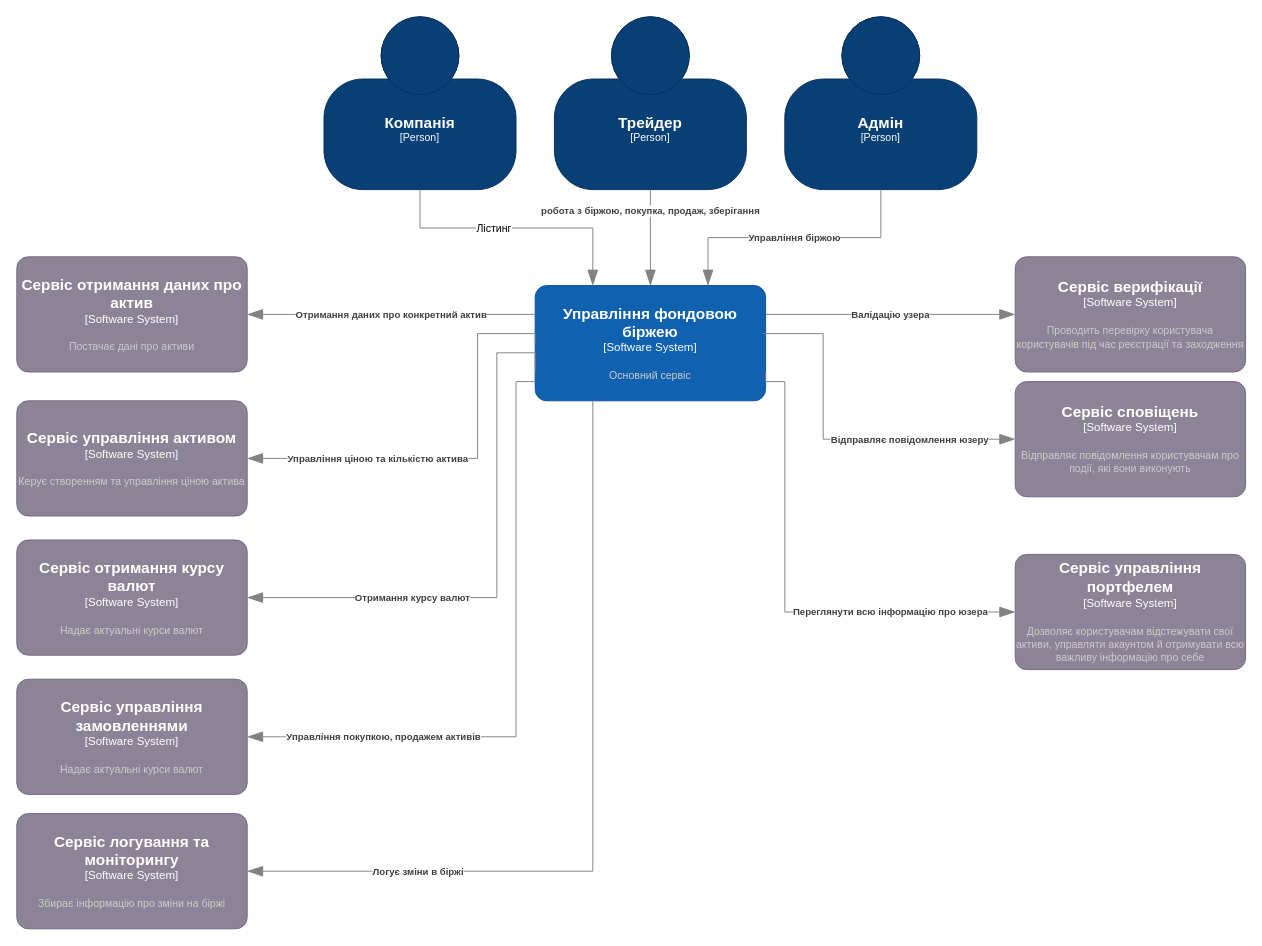
Above: context_stock_chart.drawio in GitHub-Cloud-PleskachSasha/auth-service (draw.io), before the change. Source tidied: cells renumbered, new cells numbered last; positions are measured from the earlier drawing's top-left corner, leaving out a move shared by most shapes. Both pictures are drawn from the tidied source at 96%, with x=0, y=0 at pixel (16, 16).
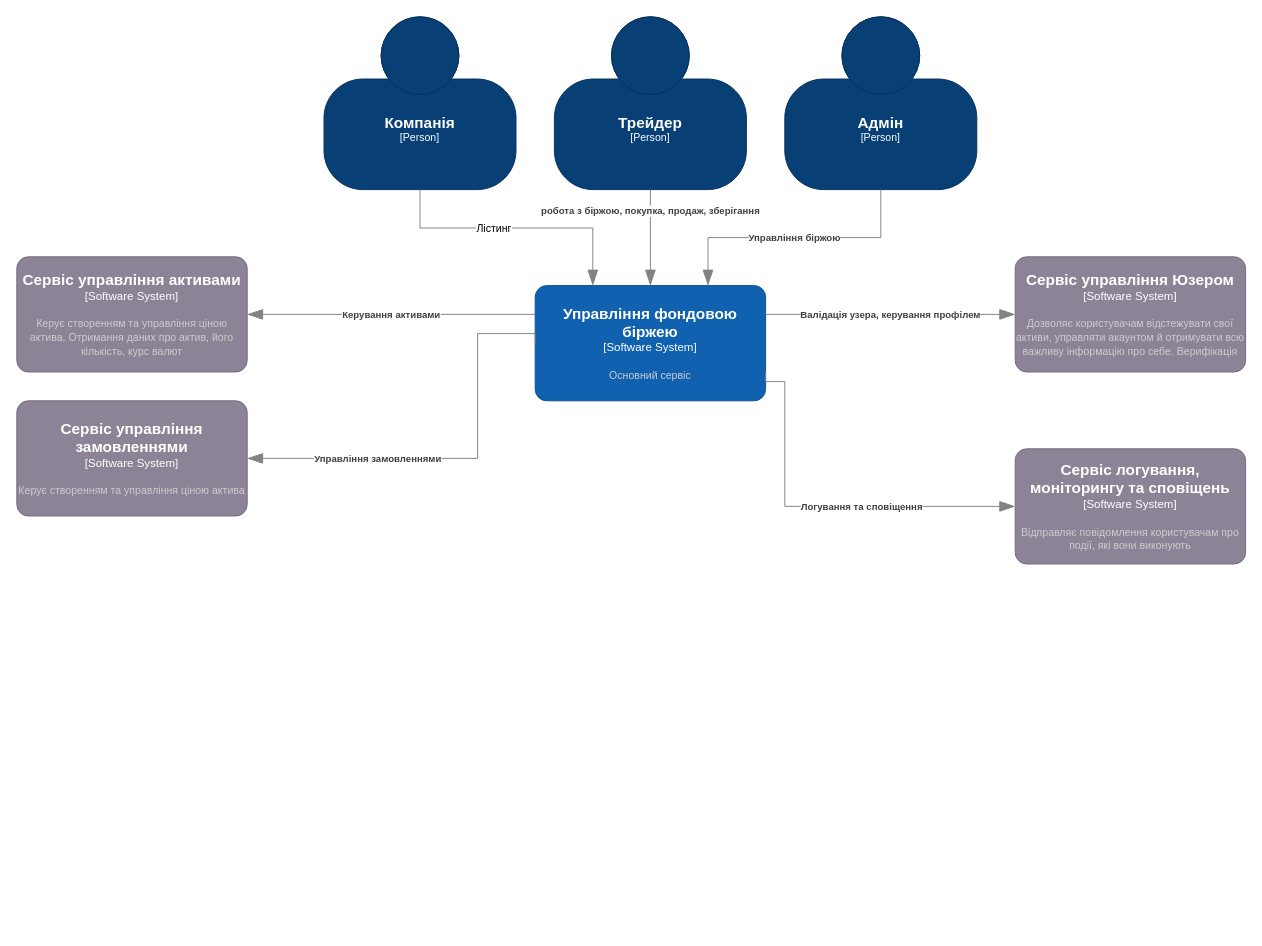
After the change.

The change refers to these unchanged cells:
```xml
<object id="5" label="&lt;font style=&quot;font-size: 16px&quot;&gt;&lt;b&gt;%c4Name%&lt;/b&gt;&lt;/font&gt;&lt;div&gt;[%c4Type%]&lt;/div&gt;&lt;br&gt;&lt;div&gt;&lt;font style=&quot;font-size: 11px&quot;&gt;&lt;font color=&quot;#cccccc&quot;&gt;%c4Description%&lt;/font&gt;&lt;/div&gt;" c4Description="Основний сервіс" c4Name="Управління фондовою біржею" c4Type="Software System" placeholders="1">
  <mxCell style="rounded=1;whiteSpace=wrap;html=1;labelBackgroundColor=none;fillColor=#1061B0;fontColor=#ffffff;align=center;arcSize=10;strokeColor=#0D5091;points=[[0.25,0,0],[0.5,0,0],[0.75,0,0],[1,0.25,0],[1,0.5,0],[1,0.75,0],[0.75,1,0],[0.5,1,0],[0.25,1,0],[0,0.75,0],[0,0.5,0],[0,0.25,0]];" parent="1" vertex="1">
    <mxGeometry x="540" y="280" width="240" height="120" as="geometry" />
  </mxCell>
</object>
```

What changed in the source:
```diff
@@
-    <object id="10" label="&lt;font style=&quot;font-size: 16px&quot;&gt;&lt;b&gt;%c4Name%&lt;/b&gt;&lt;/font&gt;&lt;div&gt;[%c4Type%]&lt;/div&gt;&lt;br&gt;&lt;div&gt;&lt;font style=&quot;font-size: 11px&quot;&gt;&lt;font color=&quot;#cccccc&quot;&gt;%c4Description%&lt;/font&gt;&lt;/div&gt;" c4Description="Постачає дані про активи" c4Name="Сервіс отримання даних про актив" c4Type="Software System" placeholders="1">
+    <object id="10" label="&lt;font style=&quot;font-size: 16px&quot;&gt;&lt;b&gt;%c4Name%&lt;/b&gt;&lt;/font&gt;&lt;div&gt;[%c4Type%]&lt;/div&gt;&lt;br&gt;&lt;div&gt;&lt;font style=&quot;font-size: 11px&quot;&gt;&lt;font color=&quot;#cccccc&quot;&gt;%c4Description%&lt;/font&gt;&lt;/div&gt;" c4Description="Керує створенням та управління ціною актива. Отримання даних про актив, його кількість, курс валют" c4Name="Сервіс управління активами" c4Type="Software System" placeholders="1">
       <mxCell style="rounded=1;whiteSpace=wrap;html=1;labelBackgroundColor=none;fillColor=#8C8496;fontColor=#ffffff;align=center;arcSize=10;strokeColor=#736782;points=[[0.25,0,0],[0.5,0,0],[0.75,0,0],[1,0.25,0],[1,0.5,0],[1,0.75,0],[0.75,1,0],[0.5,1,0],[0.25,1,0],[0,0.75,0],[0,0.5,0],[0,0.25,0]];" parent="1" vertex="1">
         <mxGeometry y="250" width="240" height="120" as="geometry" />
       </mxCell>
     </object>
-    <object id="11" label="&lt;font style=&quot;font-size: 16px&quot;&gt;&lt;b&gt;%c4Name%&lt;/b&gt;&lt;/font&gt;&lt;div&gt;[%c4Type%]&lt;/div&gt;&lt;br&gt;&lt;div&gt;&lt;font style=&quot;font-size: 11px&quot;&gt;&lt;font color=&quot;#cccccc&quot;&gt;%c4Description%&lt;/font&gt;&lt;/div&gt;" c4Description="Проводить перевірку користувача користувачів під час реєстрації та заходження " c4Name="Сервіс верифікації" c4Type="Software System" placeholders="1">
+    <object id="11" label="&lt;font style=&quot;font-size: 16px&quot;&gt;&lt;b&gt;%c4Name%&lt;/b&gt;&lt;/font&gt;&lt;div&gt;[%c4Type%]&lt;/div&gt;&lt;br&gt;&lt;div&gt;&lt;font style=&quot;font-size: 11px&quot;&gt;&lt;font color=&quot;#cccccc&quot;&gt;%c4Description%&lt;/font&gt;&lt;/div&gt;" c4Description=" Дозволяє користувачам відстежувати свої активи, управляти акаунтом й отримувати всю важливу інформацію про себе. Верифікація" c4Name="Сервіс управління Юзером" c4Type="Software System" placeholders="1">
       <mxCell style="rounded=1;whiteSpace=wrap;html=1;labelBackgroundColor=none;fillColor=#8C8496;fontColor=#ffffff;align=center;arcSize=10;strokeColor=#736782;points=[[0.25,0,0],[0.5,0,0],[0.75,0,0],[1,0.25,0],[1,0.5,0],[1,0.75,0],[0.75,1,0],[0.5,1,0],[0.25,1,0],[0,0.75,0],[0,0.5,0],[0,0.25,0]];" parent="1" vertex="1">
         <mxGeometry x="1040" y="250" width="240" height="120" as="geometry" />
       </mxCell>
     </object>
-    <object id="12" label="&lt;font style=&quot;font-size: 16px&quot;&gt;&lt;b&gt;%c4Name%&lt;/b&gt;&lt;/font&gt;&lt;div&gt;[%c4Type%]&lt;/div&gt;&lt;br&gt;&lt;div&gt;&lt;font style=&quot;font-size: 11px&quot;&gt;&lt;font color=&quot;#cccccc&quot;&gt;%c4Description%&lt;/font&gt;&lt;/div&gt;" c4Description="Збирає інформацію про зміни на біржі&#10; " c4Name="Сервіс логування та моніторингу" c4Type="Software System" placeholders="1">
-      <mxCell style="rounded=1;whiteSpace=wrap;html=1;labelBackgroundColor=none;fillColor=#8C8496;fontColor=#ffffff;align=center;arcSize=10;strokeColor=#736782;" parent="1" vertex="1">
-        <mxGeometry y="830" width="240" height="120" as="geometry" />
-      </mxCell>
-    </object>
-    <object id="13" label="&lt;font style=&quot;font-size: 16px&quot;&gt;&lt;b&gt;%c4Name%&lt;/b&gt;&lt;/font&gt;&lt;div&gt;[%c4Type%]&lt;/div&gt;&lt;br&gt;&lt;div&gt;&lt;font style=&quot;font-size: 11px&quot;&gt;&lt;font color=&quot;#cccccc&quot;&gt;%c4Description%&lt;/font&gt;&lt;/div&gt;" c4Description="Надає актуальні курси валют" c4Name="Сервіс отримання курсу валют" c4Type="Software System" placeholders="1">
-      <mxCell style="rounded=1;whiteSpace=wrap;html=1;labelBackgroundColor=none;fillColor=#8C8496;fontColor=#ffffff;align=center;arcSize=10;strokeColor=#736782;points=[[0.25,0,0],[0.5,0,0],[0.75,0,0],[1,0.25,0],[1,0.5,0],[1,0.75,0],[0.75,1,0],[0.5,1,0],[0.25,1,0],[0,0.75,0],[0,0.5,0],[0,0.25,0]];" parent="1" vertex="1">
-        <mxGeometry y="545" width="240" height="120" as="geometry" />
-      </mxCell>
-    </object>
-    <object id="14" label="&lt;font style=&quot;font-size: 16px&quot;&gt;&lt;b&gt;%c4Name%&lt;/b&gt;&lt;/font&gt;&lt;div&gt;[%c4Type%]&lt;/div&gt;&lt;br&gt;&lt;div&gt;&lt;font style=&quot;font-size: 11px&quot;&gt;&lt;font color=&quot;#cccccc&quot;&gt;%c4Description%&lt;/font&gt;&lt;/div&gt;" c4Description="Керує створенням та управління ціною актива" c4Name="Сервіс управління активом" c4Type="Software System" placeholders="1">
+    <object id="14" label="&lt;font style=&quot;font-size: 16px&quot;&gt;&lt;b&gt;%c4Name%&lt;/b&gt;&lt;/font&gt;&lt;div&gt;[%c4Type%]&lt;/div&gt;&lt;br&gt;&lt;div&gt;&lt;font style=&quot;font-size: 11px&quot;&gt;&lt;font color=&quot;#cccccc&quot;&gt;%c4Description%&lt;/font&gt;&lt;/div&gt;" c4Description="Керує створенням та управління ціною актива" c4Name="Сервіс управління замовленнями " c4Type="Software System" placeholders="1">
       <mxCell style="rounded=1;whiteSpace=wrap;html=1;labelBackgroundColor=none;fillColor=#8C8496;fontColor=#ffffff;align=center;arcSize=10;strokeColor=#736782;points=[[0.25,0,0],[0.5,0,0],[0.75,0,0],[1,0.25,0],[1,0.5,0],[1,0.75,0],[0.75,1,0],[0.5,1,0],[0.25,1,0],[0,0.75,0],[0,0.5,0],[0,0.25,0]];" parent="1" vertex="1">
         <mxGeometry y="400" width="240" height="120" as="geometry" />
       </mxCell>
     </object>
-    <object id="15" label="&lt;font style=&quot;font-size: 16px&quot;&gt;&lt;b&gt;%c4Name%&lt;/b&gt;&lt;/font&gt;&lt;div&gt;[%c4Type%]&lt;/div&gt;&lt;br&gt;&lt;div&gt;&lt;font style=&quot;font-size: 11px&quot;&gt;&lt;font color=&quot;#cccccc&quot;&gt;%c4Description%&lt;/font&gt;&lt;/div&gt;" c4Description=" Дозволяє користувачам відстежувати свої активи, управляти акаунтом й отримувати всю важливу інформацію про себе" c4Name="Сервіс управління портфелем" c4Type="Software System" placeholders="1">
+    <object id="15" label="&lt;font style=&quot;font-size: 16px&quot;&gt;&lt;b&gt;%c4Name%&lt;/b&gt;&lt;/font&gt;&lt;div&gt;[%c4Type%]&lt;/div&gt;&lt;br&gt;&lt;div&gt;&lt;font style=&quot;font-size: 11px&quot;&gt;&lt;font color=&quot;#cccccc&quot;&gt;%c4Description%&lt;/font&gt;&lt;/div&gt;" c4Description=" Відправляє повідомлення користувачам про події, які вони виконують" c4Name="Сервіс логування, моніторингу та сповіщень" c4Type="Software System" placeholders="1">
       <mxCell style="rounded=1;whiteSpace=wrap;html=1;labelBackgroundColor=none;fillColor=#8C8496;fontColor=#ffffff;align=center;arcSize=10;strokeColor=#736782;points=[[0.25,0,0],[0.5,0,0],[0.75,0,0],[1,0.25,0],[1,0.5,0],[1,0.75,0],[0.75,1,0],[0.5,1,0],[0.25,1,0],[0,0.75,0],[0,0.5,0],[0,0.25,0]];" parent="1" vertex="1">
-        <mxGeometry x="1040" y="560" width="240" height="120" as="geometry" />
+        <mxGeometry x="1040" y="450" width="240" height="120" as="geometry" />
       </mxCell>
     </object>
-    <object id="16" label="&lt;div style=&quot;text-align: left&quot;&gt;&lt;div style=&quot;text-align: center&quot;&gt;&lt;b&gt;%c4Description%&lt;/b&gt;&lt;/div&gt;" c4Description="Отримання даних про конкретний актив" placeholders="1">
+    <object id="16" label="&lt;div style=&quot;text-align: left&quot;&gt;&lt;div style=&quot;text-align: center&quot;&gt;&lt;b&gt;%c4Description%&lt;/b&gt;&lt;/div&gt;" c4Description="Керування активами" placeholders="1">
       <mxCell style="endArrow=blockThin;html=1;fontSize=10;fontColor=#404040;strokeWidth=1;endFill=1;strokeColor=#828282;elbow=vertical;endSize=14;startSize=14;jumpStyle=arc;jumpSize=16;rounded=0;edgeStyle=orthogonalEdgeStyle;entryX=1;entryY=0.5;entryDx=0;entryDy=0;entryPerimeter=0;exitX=0;exitY=0.25;exitDx=0;exitDy=0;exitPerimeter=0;" parent="1" edge="1" source="5" target="10">
         <mxGeometry relative="1" as="geometry" />
       </mxCell>
     </object>
-    <object id="17" label="&lt;div style=&quot;text-align: left&quot;&gt;&lt;div style=&quot;text-align: center&quot;&gt;&lt;b&gt;%c4Description%&lt;/b&gt;&lt;/div&gt;" c4Description="Отримання курсу валют" placeholders="1">
-      <mxCell style="endArrow=blockThin;html=1;fontSize=10;fontColor=#404040;strokeWidth=1;endFill=1;strokeColor=#828282;elbow=vertical;endSize=14;startSize=14;jumpStyle=arc;jumpSize=16;rounded=0;edgeStyle=orthogonalEdgeStyle;exitX=0;exitY=0.75;exitDx=0;exitDy=0;exitPerimeter=0;entryX=1;entryY=0.5;entryDx=0;entryDy=0;entryPerimeter=0;" parent="1" edge="1" source="5" target="13">
-        <mxGeometry x="0.4" relative="1" as="geometry">
-          <Array as="points">
-            <mxPoint x="540" y="350" />
-            <mxPoint x="500" y="350" />
-            <mxPoint x="500" y="605" />
-          </Array>
-        </mxGeometry>
-      </mxCell>
-    </object>
-    <object id="18" label="&lt;div style=&quot;text-align: left&quot;&gt;&lt;div style=&quot;text-align: center&quot;&gt;&lt;b&gt;%c4Description%&lt;/b&gt;&lt;/div&gt;" c4Description="Управління ціною та кількістю актива" placeholders="1">
+    <object id="18" label="&lt;div style=&quot;text-align: left&quot;&gt;&lt;div style=&quot;text-align: center&quot;&gt;&lt;b&gt;%c4Description%&lt;/b&gt;&lt;/div&gt;" c4Description="Управління замовленнями" placeholders="1">
       <mxCell style="endArrow=blockThin;html=1;fontSize=10;fontColor=#404040;strokeWidth=1;endFill=1;strokeColor=#828282;elbow=vertical;endSize=14;startSize=14;jumpStyle=arc;jumpSize=16;rounded=0;edgeStyle=orthogonalEdgeStyle;entryX=1;entryY=0.5;entryDx=0;entryDy=0;entryPerimeter=0;exitX=0;exitY=0.5;exitDx=0;exitDy=0;exitPerimeter=0;" parent="1" edge="1" source="5" target="14">
         <mxGeometry x="0.38" relative="1" as="geometry">
           <Array as="points">
             <mxPoint x="540" y="330" />
             <mxPoint x="480" y="330" />
             <mxPoint x="480" y="460" />
           </Array>
         </mxGeometry>
       </mxCell>
     </object>
-    <object id="19" label="&lt;div style=&quot;text-align: left&quot;&gt;&lt;div style=&quot;text-align: center&quot;&gt;&lt;b&gt;%c4Description%&lt;/b&gt;&lt;/div&gt;" c4Description="Валідацію узера " placeholders="1">
+    <object id="19" label="&lt;div style=&quot;text-align: left&quot;&gt;&lt;div style=&quot;text-align: center&quot;&gt;&lt;b&gt;%c4Description%&lt;/b&gt;&lt;/div&gt;" c4Description="Валідація узера, керування профілем" placeholders="1">
       <mxCell style="endArrow=blockThin;html=1;fontSize=10;fontColor=#404040;strokeWidth=1;endFill=1;strokeColor=#828282;elbow=vertical;endSize=14;startSize=14;jumpStyle=arc;jumpSize=16;rounded=0;edgeStyle=orthogonalEdgeStyle;entryX=0;entryY=0.5;entryDx=0;entryDy=0;entryPerimeter=0;exitX=1;exitY=0.25;exitDx=0;exitDy=0;exitPerimeter=0;" parent="1" edge="1" source="5" target="11">
         <mxGeometry relative="1" as="geometry" />
       </mxCell>
     </object>
-    <object id="20" label="&lt;div style=&quot;text-align: left&quot;&gt;&lt;div style=&quot;text-align: center&quot;&gt;&lt;b&gt;%c4Description%&lt;/b&gt;&lt;/div&gt;" c4Description="Логує зміни в біржі" placeholders="1">
-      <mxCell style="endArrow=blockThin;html=1;fontSize=10;fontColor=#404040;strokeWidth=1;endFill=1;strokeColor=#828282;elbow=vertical;endSize=14;startSize=14;jumpStyle=arc;jumpSize=16;rounded=0;edgeStyle=orthogonalEdgeStyle;exitX=0.25;exitY=1;exitDx=0;exitDy=0;exitPerimeter=0;" parent="1" edge="1" source="5">
-        <mxGeometry x="0.58" relative="1" as="geometry">
-          <mxPoint x="240" y="890" as="targetPoint" />
-          <Array as="points">
-            <mxPoint x="600" y="890" />
-            <mxPoint x="244" y="890" />
-          </Array>
-        </mxGeometry>
-      </mxCell>
-    </object>
-    <object id="21" label="&lt;div style=&quot;text-align: left&quot;&gt;&lt;div style=&quot;text-align: center&quot;&gt;&lt;b&gt;%c4Description%&lt;/b&gt;&lt;/div&gt;" c4Description="Відправляє повідомлення юзеру" placeholders="1">
-      <mxCell style="endArrow=blockThin;html=1;fontSize=10;fontColor=#404040;strokeWidth=1;endFill=1;strokeColor=#828282;elbow=vertical;endSize=14;startSize=14;jumpStyle=arc;jumpSize=16;rounded=0;edgeStyle=orthogonalEdgeStyle;entryX=0;entryY=0.5;entryDx=0;entryDy=0;entryPerimeter=0;" parent="1" edge="1" target="23">
-        <mxGeometry x="0.41" relative="1" as="geometry">
-          <mxPoint x="777" y="330" as="sourcePoint" />
-          <Array as="points">
-            <mxPoint x="840" y="330" />
-            <mxPoint x="840" y="440" />
-          </Array>
-        </mxGeometry>
-      </mxCell>
-    </object>
-    <object id="22" label="&lt;div style=&quot;text-align: left&quot;&gt;&lt;div style=&quot;text-align: center&quot;&gt;&lt;b&gt;%c4Description%&lt;/b&gt;&lt;/div&gt;" c4Description="Переглянути всю інформацію про юзера" placeholders="1">
+    <object id="22" label="&lt;div style=&quot;text-align: left&quot;&gt;&lt;div style=&quot;text-align: center&quot;&gt;&lt;b&gt;%c4Description%&lt;/b&gt;&lt;/div&gt;" c4Description="Логування та сповіщення" placeholders="1">
       <mxCell style="endArrow=blockThin;html=1;fontSize=10;fontColor=#404040;strokeWidth=1;endFill=1;strokeColor=#828282;elbow=vertical;endSize=14;startSize=14;jumpStyle=arc;jumpSize=16;rounded=0;edgeStyle=orthogonalEdgeStyle;entryX=0;entryY=0.5;entryDx=0;entryDy=0;entryPerimeter=0;exitX=1;exitY=0.75;exitDx=0;exitDy=0;exitPerimeter=0;" parent="1" edge="1" source="5" target="15">
-        <mxGeometry x="0.49" relative="1" as="geometry">
+        <mxGeometry x="0.2" relative="1" as="geometry">
           <Array as="points">
             <mxPoint x="780" y="380" />
             <mxPoint x="800" y="380" />
-            <mxPoint x="800" y="620" />
+            <mxPoint x="800" y="510" />
           </Array>
         </mxGeometry>
       </mxCell>
     </object>
-    <object id="23" label="&lt;font style=&quot;font-size: 16px&quot;&gt;&lt;b&gt;%c4Name%&lt;/b&gt;&lt;/font&gt;&lt;div&gt;[%c4Type%]&lt;/div&gt;&lt;br&gt;&lt;div&gt;&lt;font style=&quot;font-size: 11px&quot;&gt;&lt;font color=&quot;#cccccc&quot;&gt;%c4Description%&lt;/font&gt;&lt;/div&gt;" c4Description=" Відправляє повідомлення користувачам про події, які вони виконують" c4Name="Сервіс сповіщень" c4Type="Software System" placeholders="1">
-      <mxCell style="rounded=1;whiteSpace=wrap;html=1;labelBackgroundColor=none;fillColor=#8C8496;fontColor=#ffffff;align=center;arcSize=10;strokeColor=#736782;points=[[0.25,0,0],[0.5,0,0],[0.75,0,0],[1,0.25,0],[1,0.5,0],[1,0.75,0],[0.75,1,0],[0.5,1,0],[0.25,1,0],[0,0.75,0],[0,0.5,0],[0,0.25,0]];" parent="1" vertex="1">
-        <mxGeometry x="1040" y="380" width="240" height="120" as="geometry" />
-      </mxCell>
-    </object>
-    <object id="24" label="&lt;font style=&quot;font-size: 16px&quot;&gt;&lt;b&gt;%c4Name%&lt;/b&gt;&lt;/font&gt;&lt;div&gt;[%c4Type%]&lt;/div&gt;&lt;br&gt;&lt;div&gt;&lt;font style=&quot;font-size: 11px&quot;&gt;&lt;font color=&quot;#cccccc&quot;&gt;%c4Description%&lt;/font&gt;&lt;/div&gt;" c4Description="Надає актуальні курси валют" c4Name="Сервіс управління замовленнями" c4Type="Software System" placeholders="1">
-      <mxCell style="rounded=1;whiteSpace=wrap;html=1;labelBackgroundColor=none;fillColor=#8C8496;fontColor=#ffffff;align=center;arcSize=10;strokeColor=#736782;points=[[0.25,0,0],[0.5,0,0],[0.75,0,0],[1,0.25,0],[1,0.5,0],[1,0.75,0],[0.75,1,0],[0.5,1,0],[0.25,1,0],[0,0.75,0],[0,0.5,0],[0,0.25,0]];" parent="1" vertex="1">
-        <mxGeometry y="690" width="240" height="120" as="geometry" />
-      </mxCell>
-    </object>
-    <object id="25" label="&lt;div style=&quot;text-align: left&quot;&gt;&lt;div style=&quot;text-align: center&quot;&gt;&lt;b&gt;%c4Description%&lt;/b&gt;&lt;/div&gt;" c4Description="Управління покупкою, продажем активів" placeholders="1">
-      <mxCell style="endArrow=blockThin;html=1;fontSize=10;fontColor=#404040;strokeWidth=1;endFill=1;strokeColor=#828282;elbow=vertical;endSize=14;startSize=14;jumpStyle=arc;jumpSize=16;rounded=0;edgeStyle=orthogonalEdgeStyle;entryX=1;entryY=0.5;entryDx=0;entryDy=0;entryPerimeter=0;" parent="1" edge="1" target="24">
-        <mxGeometry x="0.58" relative="1" as="geometry">
-          <mxPoint x="540" y="380" as="sourcePoint" />
-          <Array as="points">
-            <mxPoint x="520" y="380" />
-            <mxPoint x="520" y="750" />
-          </Array>
-          <mxPoint x="1" as="offset" />
-        </mxGeometry>
-      </mxCell>
-    </object>
```
